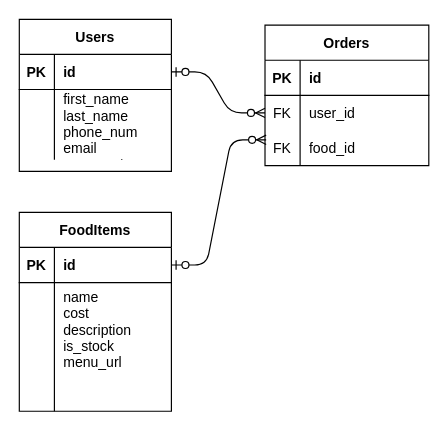
This is Untitled Diagram.drawio from KRIZVEE/javascripting, a draw.io file, before an edit. Source tidied: cells renumbered, new cells numbered last; positions are measured from the earlier drawing's top-left corner, leaving out a move shared by most shapes. Both pictures are drawn from the tidied source at 117%, with x=0, y=0 at pixel (19, 19).
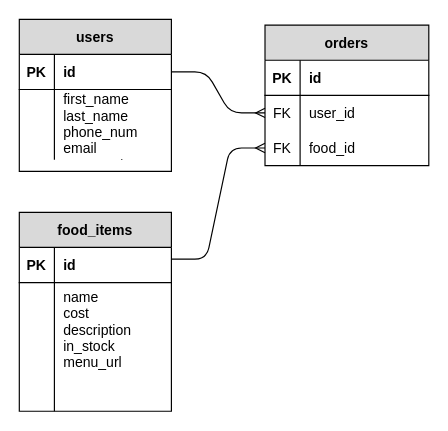
Above is the later version.

Unchanged cells that the change refers to:
```xml
<mxCell id="6" style="shape=partialRectangle;fillColor=none;points=[[0,0.5],[1,0.5]];portConstraint=eastwest;top=0;left=0;right=0;bottom=0;" parent="2" vertex="1">
  <mxGeometry y="60" width="140" height="30" as="geometry" />
</mxCell>
<mxCell id="9" style="shape=partialRectangle;fillColor=none;points=[[0,0.5],[1,0.5]];portConstraint=eastwest;top=0;left=0;right=0;bottom=0;" parent="2" vertex="1">
  <mxGeometry y="90" width="140" height="30" as="geometry" />
</mxCell>
<mxCell id="13" style="shape=partialRectangle;fillColor=none;points=[[0,0.5],[1,0.5]];portConstraint=eastwest;top=0;left=0;right=0;bottom=1;" parent="12" vertex="1">
  <mxGeometry y="30" width="130" height="30" as="geometry" />
</mxCell>
<mxCell id="16" style="shape=partialRectangle;fillColor=none;top=0;left=0;right=0;bottom=0;" parent="12" vertex="1">
  <mxGeometry y="60" width="130" height="80" as="geometry" />
</mxCell>
<mxCell id="23" style="shape=partialRectangle;fillColor=none;points=[[0,0.5],[1,0.5]];portConstraint=eastwest;top=0;left=0;right=0;bottom=1;" parent="22" vertex="1">
  <mxGeometry y="30" width="130" height="30" as="geometry" />
</mxCell>
```

Change to the diagram source:
```diff
@@
-    <mxCell id="2" value="Orders" style="shape=table;startSize=30;childLayout=tableLayout;rowLines=0;fontStyle=1;align=center;" parent="1" vertex="1">
+    <mxCell id="2" value="orders" style="shape=table;startSize=30;childLayout=tableLayout;rowLines=0;fontStyle=1;align=center;fillColor=#D9D9D9;" parent="1" vertex="1">
       <mxGeometry x="210" y="5" width="140" height="120" as="geometry" />
     </mxCell>
@@
-    <mxCell id="12" value="FoodItems" style="shape=table;startSize=30;childLayout=tableLayout;rowLines=0;fontStyle=1;align=center;" parent="1" vertex="1">
+    <mxCell id="12" value="food_items" style="shape=table;startSize=30;childLayout=tableLayout;rowLines=0;fontStyle=1;align=center;fillColor=#D9D9D9;" parent="1" vertex="1">
       <mxGeometry y="165" width="130" height="170" as="geometry" />
     </mxCell>
@@
-    <mxCell id="18" value="name&#10;cost &#10;description&#10;is_stock&#10;menu_url" style="shape=partialRectangle;overflow=hidden;fillColor=none;top=0;left=0;bottom=0;right=0;align=left;spacingLeft=6;" parent="16" vertex="1">
+    <mxCell id="18" value="name&#10;cost &#10;description&#10;in_stock&#10;menu_url" style="shape=partialRectangle;overflow=hidden;fillColor=none;top=0;left=0;bottom=0;right=0;align=left;spacingLeft=6;" parent="16" vertex="1">
       <mxGeometry x="30" width="100" height="80" as="geometry" />
     </mxCell>
@@
-    <mxCell id="22" value="Users" style="shape=table;startSize=30;childLayout=tableLayout;rowLines=0;fontStyle=1;align=center;" parent="1" vertex="1">
+    <mxCell id="22" value="users" style="shape=table;startSize=30;childLayout=tableLayout;rowLines=0;fontStyle=1;align=center;fillColor=#D9D9D9;" parent="1" vertex="1">
       <mxGeometry width="130" height="130" as="geometry" />
     </mxCell>
@@
-    <mxCell id="29" style="edgeStyle=entityRelationEdgeStyle;fontSize=12;html=1;endArrow=ERzeroToMany;startArrow=ERzeroToOne;exitX=1;exitY=0.5;exitDx=0;exitDy=0;entryX=0.007;entryY=0.267;entryDx=0;entryDy=0;entryPerimeter=0;" parent="1" edge="1" source="13" target="9">
-      <mxGeometry relative="1" as="geometry" />
-    </mxCell>
+    <mxCell id="31" style="edgeStyle=entityRelationEdgeStyle;fontSize=12;html=1;endArrow=ERmany;entryX=0;entryY=0.5;entryDx=0;entryDy=0;" parent="1" edge="1" target="9">
+      <mxGeometry relative="1" as="geometry">
+        <mxPoint x="130" y="205" as="sourcePoint" />
+      </mxGeometry>
+    </mxCell>
-    <mxCell id="30" style="edgeStyle=entityRelationEdgeStyle;fontSize=12;html=1;endArrow=ERzeroToMany;startArrow=ERzeroToOne;exitX=1;exitY=0.5;exitDx=0;exitDy=0;entryX=0;entryY=0.5;entryDx=0;entryDy=0;" parent="1" edge="1" source="23" target="6">
+    <mxCell id="30" style="edgeStyle=entityRelationEdgeStyle;fontSize=12;html=1;endArrow=ERmany;entryX=0;entryY=0.5;entryDx=0;entryDy=0;exitX=1;exitY=0.5;exitDx=0;exitDy=0;" parent="1" edge="1" source="23" target="6">
       <mxGeometry relative="1" as="geometry" />
     </mxCell>
```
